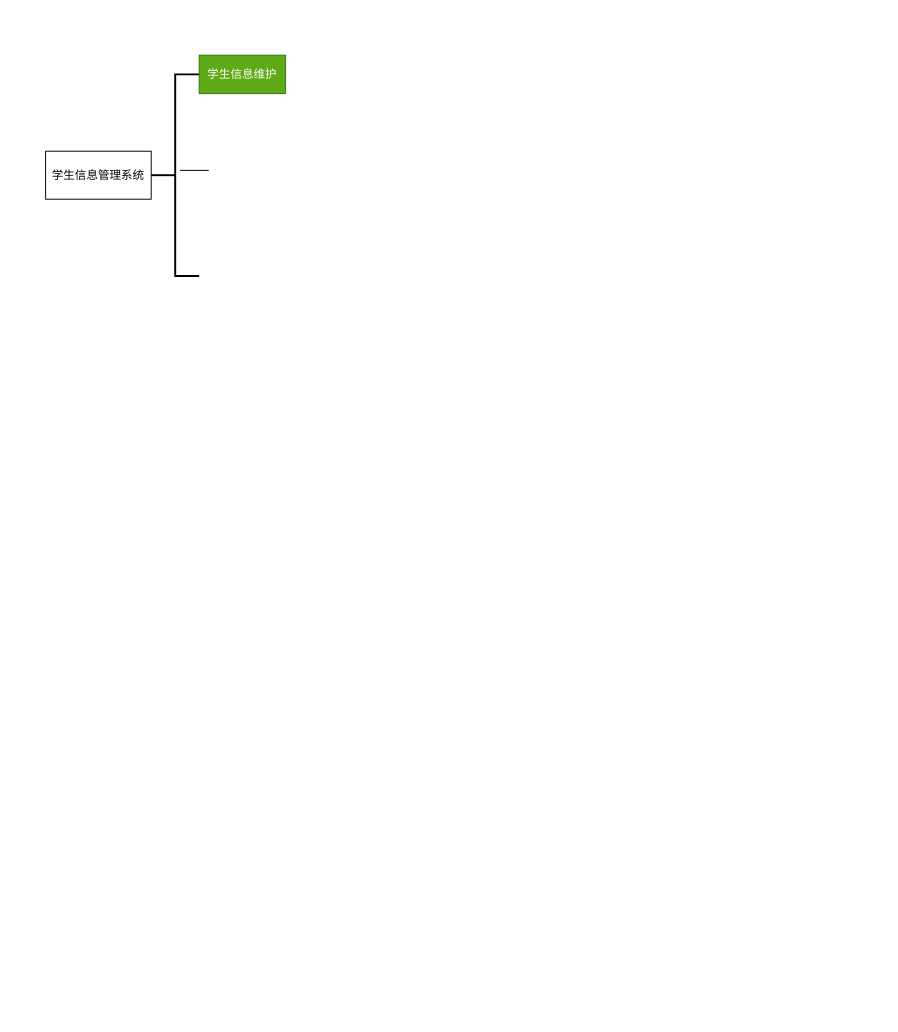
Above: students_system/students_功能结构前景.drawio in Coca-hjy/base_python (draw.io), before the change. Source tidied: cells renumbered, new cells numbered last; positions are measured from the earlier drawing's top-left corner, leaving out a move shared by most shapes. Both pictures are drawn from the tidied source at 96%, with x=0, y=0 at pixel (45, 55).
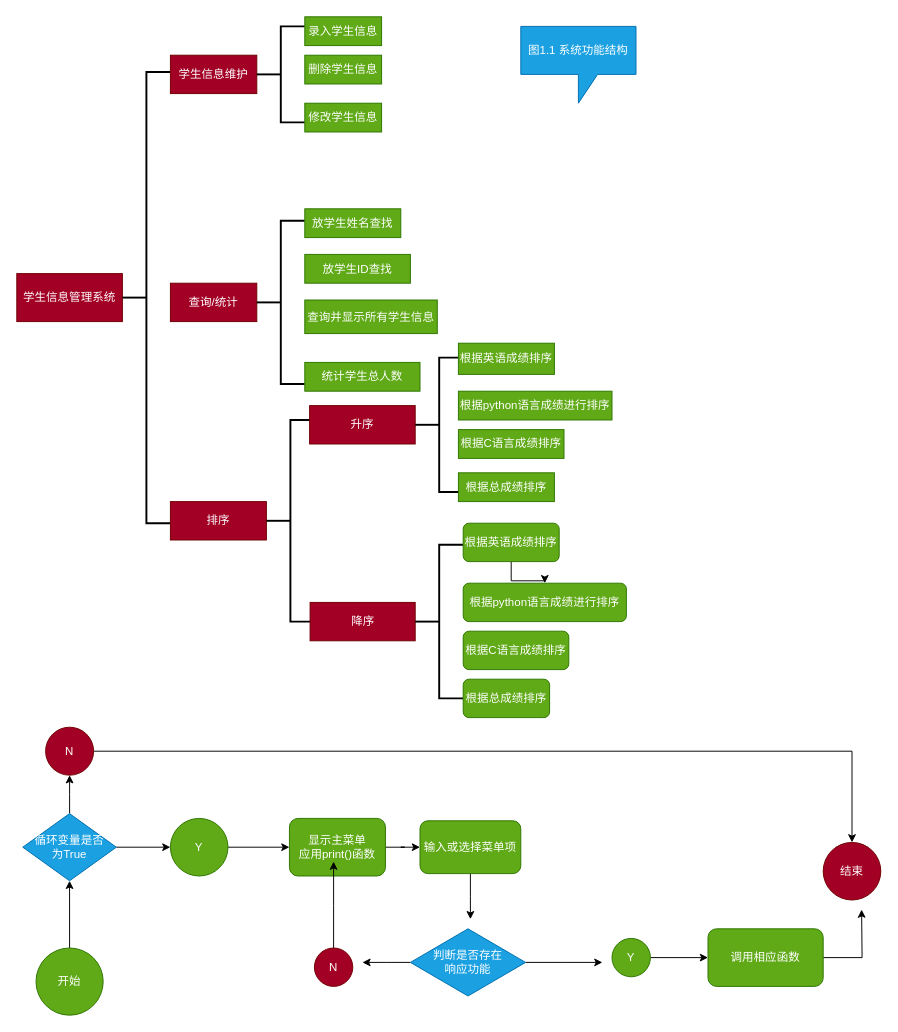
After the change.

Change to the diagram source:
```diff
@@
-    <mxCell id="2" value="学生信息管理系统" style="rounded=0;whiteSpace=wrap;html=1;" parent="1" vertex="1">
-      <mxGeometry y="100" width="110" height="50" as="geometry" />
+    <mxCell id="2" value="学生信息管理系统" style="rounded=0;whiteSpace=wrap;html=1;fillColor=#a20025;strokeColor=#6F0000;fontColor=#ffffff;" parent="1" vertex="1">
+      <mxGeometry x="-30" y="227.5" width="110" height="50" as="geometry" />
     </mxCell>
     <mxCell id="3" style="strokeWidth=2;html=1;shape=mxgraph.flowchart.annotation_2;align=left;labelPosition=right;" parent="1" vertex="1">
-      <mxGeometry x="110" y="20" width="50" height="210" as="geometry" />
+      <mxGeometry x="80" y="17.5" width="50" height="470" as="geometry" />
     </mxCell>
-    <mxCell id="4" value="学生信息维护" style="rounded=0;whiteSpace=wrap;html=1;fillColor=#60a917;strokeColor=#2D7600;fontColor=#ffffff;" parent="1" vertex="1">
-      <mxGeometry x="160" width="90" height="40" as="geometry" />
+    <mxCell id="4" value="学生信息维护" style="rounded=0;whiteSpace=wrap;html=1;fillColor=#a20025;strokeColor=#6F0000;fontColor=#ffffff;" parent="1" vertex="1">
+      <mxGeometry x="130" width="90" height="40" as="geometry" />
     </mxCell>
-    <mxCell id="5" style="endArrow=none;html=1;rounded=0;" parent="1" edge="1">
-      <mxGeometry relative="1" as="geometry">
-        <mxPoint x="140" y="120" as="sourcePoint" />
-        <mxPoint x="170" y="120" as="targetPoint" />
-      </mxGeometry>
-    </mxCell>
+    <mxCell id="6" style="strokeWidth=2;html=1;shape=mxgraph.flowchart.annotation_2;align=left;labelPosition=right;" parent="1" vertex="1">
+      <mxGeometry x="220" y="-30" width="50" height="100" as="geometry" />
+    </mxCell>
+    <mxCell id="7" value="录入学生信息" style="rounded=0;whiteSpace=wrap;html=1;fillColor=#60a917;strokeColor=#2D7600;fontColor=#ffffff;" parent="1" vertex="1">
+      <mxGeometry x="270" y="-40" width="80" height="30" as="geometry" />
+    </mxCell>
+    <mxCell id="8" value="删除学生信息" style="rounded=0;whiteSpace=wrap;html=1;fillColor=#60a917;strokeColor=#2D7600;fontColor=#ffffff;" parent="1" vertex="1">
+      <mxGeometry x="270" width="80" height="30" as="geometry" />
+    </mxCell>
+    <mxCell id="9" value="修改学生信息" style="rounded=0;whiteSpace=wrap;html=1;fillColor=#60a917;strokeColor=#2D7600;fontColor=#ffffff;" parent="1" vertex="1">
+      <mxGeometry x="270" y="50" width="80" height="30" as="geometry" />
+    </mxCell>
+    <mxCell id="10" value="查询/统计" style="rounded=0;whiteSpace=wrap;html=1;fillColor=#a20025;strokeColor=#6F0000;fontColor=#ffffff;" parent="1" vertex="1">
+      <mxGeometry x="130" y="237.5" width="90" height="40" as="geometry" />
+    </mxCell>
+    <mxCell id="11" value="排序" style="rounded=0;whiteSpace=wrap;html=1;fillColor=#a20025;strokeColor=#6F0000;fontColor=#ffffff;" parent="1" vertex="1">
+      <mxGeometry x="130" y="465" width="100" height="40" as="geometry" />
+    </mxCell>
+    <mxCell id="12" style="strokeWidth=2;html=1;shape=mxgraph.flowchart.annotation_2;align=left;labelPosition=right;" parent="1" vertex="1">
+      <mxGeometry x="220" y="172.5" width="50" height="170" as="geometry" />
+    </mxCell>
+    <mxCell id="13" value="放学生姓名查找" style="rounded=0;whiteSpace=wrap;html=1;fillColor=#60a917;strokeColor=#2D7600;fontColor=#ffffff;" parent="1" vertex="1">
+      <mxGeometry x="270" y="160" width="100" height="30" as="geometry" />
+    </mxCell>
+    <mxCell id="14" value="放学生ID查找" style="rounded=0;whiteSpace=wrap;html=1;fillColor=#60a917;strokeColor=#2D7600;fontColor=#ffffff;" parent="1" vertex="1">
+      <mxGeometry x="270" y="207.5" width="110" height="30" as="geometry" />
+    </mxCell>
+    <mxCell id="15" value="查询并显示所有学生信息" style="rounded=0;whiteSpace=wrap;html=1;fillColor=#60a917;strokeColor=#2D7600;fontColor=#ffffff;" parent="1" vertex="1">
+      <mxGeometry x="270" y="255" width="138" height="35" as="geometry" />
+    </mxCell>
+    <mxCell id="16" value="统计学生总人数" style="rounded=0;whiteSpace=wrap;html=1;fillColor=#60a917;strokeColor=#2D7600;fontColor=#ffffff;" parent="1" vertex="1">
+      <mxGeometry x="270" y="320" width="120" height="30" as="geometry" />
+    </mxCell>
+    <mxCell id="17" style="strokeWidth=2;html=1;shape=mxgraph.flowchart.annotation_2;align=left;labelPosition=right;" parent="1" vertex="1">
+      <mxGeometry x="230" y="380" width="50" height="210" as="geometry" />
+    </mxCell>
+    <mxCell id="18" value="升序" style="rounded=0;whiteSpace=wrap;html=1;fillColor=#a20025;strokeColor=#6F0000;fontColor=#ffffff;" parent="1" vertex="1">
+      <mxGeometry x="275" y="365" width="110" height="40" as="geometry" />
+    </mxCell>
+    <mxCell id="19" value="降序" style="rounded=0;whiteSpace=wrap;html=1;fillColor=#a20025;strokeColor=#6F0000;fontColor=#ffffff;" parent="1" vertex="1">
+      <mxGeometry x="275.5" y="570" width="109.5" height="40" as="geometry" />
+    </mxCell>
+    <mxCell id="20" style="strokeWidth=2;html=1;shape=mxgraph.flowchart.annotation_2;align=left;labelPosition=right;" parent="1" vertex="1">
+      <mxGeometry x="385" y="315" width="50" height="140" as="geometry" />
+    </mxCell>
+    <mxCell id="21" value="根据英语成绩排序" style="rounded=0;whiteSpace=wrap;html=1;fillColor=#60a917;strokeColor=#2D7600;fontColor=#ffffff;" parent="1" vertex="1">
+      <mxGeometry x="430" y="300" width="100" height="32.5" as="geometry" />
+    </mxCell>
+    <mxCell id="22" value="根据python语言成绩进行排序" style="rounded=0;whiteSpace=wrap;html=1;fillColor=#60a917;strokeColor=#2D7600;fontColor=#ffffff;" parent="1" vertex="1">
+      <mxGeometry x="430" y="350" width="160" height="30" as="geometry" />
+    </mxCell>
+    <mxCell id="23" value="根据C语言成绩排序" style="rounded=0;whiteSpace=wrap;html=1;fillColor=#60a917;strokeColor=#2D7600;fontColor=#ffffff;" parent="1" vertex="1">
+      <mxGeometry x="430" y="390" width="110" height="30" as="geometry" />
+    </mxCell>
+    <mxCell id="24" value="根据总成绩排序" style="rounded=0;whiteSpace=wrap;html=1;fillColor=#60a917;strokeColor=#2D7600;fontColor=#ffffff;" parent="1" vertex="1">
+      <mxGeometry x="430" y="435" width="100" height="30" as="geometry" />
+    </mxCell>
+    <mxCell id="25" style="strokeWidth=2;html=1;shape=mxgraph.flowchart.annotation_2;align=left;labelPosition=right;" parent="1" vertex="1">
+      <mxGeometry x="385" y="510" width="50" height="160" as="geometry" />
+    </mxCell>
+    <mxCell id="26" style="edgeStyle=orthogonalEdgeStyle;rounded=0;jettySize=auto;html=1;" parent="1" edge="1" source="27" target="28">
+      <mxGeometry relative="1" as="geometry" />
+    </mxCell>
+    <mxCell id="27" value="&lt;span&gt;根据英语成绩排序&lt;/span&gt;" style="rounded=1;whiteSpace=wrap;html=1;fillColor=#60a917;strokeColor=#2D7600;fontColor=#ffffff;" parent="1" vertex="1">
+      <mxGeometry x="435" y="487.5" width="100" height="40" as="geometry" />
+    </mxCell>
+    <mxCell id="28" value="&lt;span&gt;根据python语言成绩进行排序&lt;/span&gt;" style="rounded=1;whiteSpace=wrap;html=1;fillColor=#60a917;strokeColor=#2D7600;fontColor=#ffffff;" parent="1" vertex="1">
+      <mxGeometry x="435" y="550" width="170" height="40" as="geometry" />
+    </mxCell>
+    <mxCell id="29" value="根据C语言成绩排序" style="rounded=1;whiteSpace=wrap;html=1;fillColor=#60a917;strokeColor=#2D7600;fontColor=#ffffff;" parent="1" vertex="1">
+      <mxGeometry x="435" y="600" width="110" height="40" as="geometry" />
+    </mxCell>
+    <mxCell id="30" value="&lt;span&gt;根据总成绩排序&lt;/span&gt;" style="rounded=1;whiteSpace=wrap;html=1;fillColor=#60a917;strokeColor=#2D7600;fontColor=#ffffff;" parent="1" vertex="1">
+      <mxGeometry x="435" y="650" width="90" height="40" as="geometry" />
+    </mxCell>
+    <mxCell id="31" value="图1.1 系统功能结构" style="shape=callout;whiteSpace=wrap;html=1;perimeter=calloutPerimeter;fillColor=#1ba1e2;strokeColor=#006EAF;fontColor=#ffffff;" parent="1" vertex="1">
+      <mxGeometry x="495" y="-30" width="120" height="80" as="geometry" />
+    </mxCell>
+    <mxCell id="32" style="edgeStyle=orthogonalEdgeStyle;rounded=0;jettySize=auto;html=1;entryX=0;entryY=0.5;entryDx=0;entryDy=0;" parent="1" edge="1" source="34" target="36">
+      <mxGeometry relative="1" as="geometry" />
+    </mxCell>
+    <mxCell id="33" style="edgeStyle=orthogonalEdgeStyle;rounded=0;jettySize=auto;html=1;entryX=0.5;entryY=1;entryDx=0;entryDy=0;" parent="1" edge="1" source="34" target="54">
+      <mxGeometry relative="1" as="geometry" />
+    </mxCell>
+    <mxCell id="34" value="循环变量是否&lt;br&gt;为True" style="rhombus;whiteSpace=wrap;html=1;fillColor=#1ba1e2;strokeColor=#006EAF;fontColor=#ffffff;" parent="1" vertex="1">
+      <mxGeometry x="-23.8" y="790" width="97.5" height="70" as="geometry" />
+    </mxCell>
+    <mxCell id="35" style="edgeStyle=orthogonalEdgeStyle;rounded=0;jettySize=auto;html=1;entryX=0;entryY=0.5;entryDx=0;entryDy=0;" parent="1" edge="1" source="36" target="38">
+      <mxGeometry relative="1" as="geometry" />
+    </mxCell>
+    <mxCell id="36" value="Y" style="ellipse;whiteSpace=wrap;html=1;fillColor=#60a917;strokeColor=#2D7600;fontColor=#ffffff;" parent="1" vertex="1">
+      <mxGeometry x="130" y="795" width="60" height="60" as="geometry" />
+    </mxCell>
+    <mxCell id="37" style="edgeStyle=orthogonalEdgeStyle;rounded=0;jettySize=auto;html=1;entryX=0;entryY=0.5;entryDx=0;entryDy=0;" parent="1" edge="1" source="38" target="44">
+      <mxGeometry relative="1" as="geometry" />
+    </mxCell>
+    <mxCell id="38" value="显示主菜单&lt;br&gt;应用print()函数" style="rounded=1;whiteSpace=wrap;html=1;fillColor=#60a917;strokeColor=#2D7600;fontColor=#ffffff;" parent="1" vertex="1">
+      <mxGeometry x="254" y="795" width="100" height="60" as="geometry" />
+    </mxCell>
+    <mxCell id="39" style="edgeStyle=orthogonalEdgeStyle;rounded=0;jettySize=auto;html=1;entryX=0.5;entryY=1;entryDx=0;entryDy=0;" parent="1" edge="1" source="40" target="34">
+      <mxGeometry relative="1" as="geometry" />
+    </mxCell>
+    <mxCell id="40" value="开始" style="ellipse;whiteSpace=wrap;html=1;fillColor=#60a917;strokeColor=#2D7600;fontColor=#ffffff;" parent="1" vertex="1">
+      <mxGeometry x="-10" y="930" width="70" height="70" as="geometry" />
+    </mxCell>
+    <mxCell id="41" style="edgeStyle=orthogonalEdgeStyle;rounded=0;jettySize=auto;html=1;" parent="1" edge="1" source="42">
+      <mxGeometry relative="1" as="geometry">
+        <mxPoint x="300" y="840" as="targetPoint" />
+      </mxGeometry>
+    </mxCell>
+    <mxCell id="42" value="N" style="ellipse;whiteSpace=wrap;html=1;fillColor=#a20025;strokeColor=#6F0000;fontColor=#ffffff;" parent="1" vertex="1">
+      <mxGeometry x="280" y="930" width="40" height="40" as="geometry" />
+    </mxCell>
+    <mxCell id="43" style="edgeStyle=orthogonalEdgeStyle;rounded=0;jettySize=auto;html=1;" parent="1" edge="1" source="44">
+      <mxGeometry relative="1" as="geometry">
+        <mxPoint x="442.5" y="900" as="targetPoint" />
+      </mxGeometry>
+    </mxCell>
+    <mxCell id="44" value="输入或选择菜单项" style="rounded=1;whiteSpace=wrap;html=1;fillColor=#60a917;strokeColor=#2D7600;fontColor=#ffffff;" parent="1" vertex="1">
+      <mxGeometry x="390" y="797.5" width="105" height="55" as="geometry" />
+    </mxCell>
+    <mxCell id="45" style="edgeStyle=orthogonalEdgeStyle;rounded=0;jettySize=auto;html=1;" parent="1" edge="1" source="47">
+      <mxGeometry relative="1" as="geometry">
+        <mxPoint x="330" y="945" as="targetPoint" />
+      </mxGeometry>
+    </mxCell>
+    <mxCell id="46" style="edgeStyle=orthogonalEdgeStyle;rounded=0;jettySize=auto;html=1;" parent="1" edge="1" source="47">
+      <mxGeometry relative="1" as="geometry">
+        <mxPoint x="580" y="945" as="targetPoint" />
+      </mxGeometry>
+    </mxCell>
+    <mxCell id="47" value="判断是否存在&lt;br&gt;响应功能" style="rhombus;whiteSpace=wrap;html=1;fillColor=#1ba1e2;strokeColor=#006EAF;fontColor=#ffffff;" parent="1" vertex="1">
+      <mxGeometry x="380" y="910" width="120" height="70" as="geometry" />
+    </mxCell>
+    <mxCell id="48" style="edgeStyle=orthogonalEdgeStyle;rounded=0;jettySize=auto;html=1;entryX=0;entryY=0.5;entryDx=0;entryDy=0;" parent="1" edge="1" source="49" target="51">
+      <mxGeometry relative="1" as="geometry" />
+    </mxCell>
+    <mxCell id="49" value="Y" style="ellipse;whiteSpace=wrap;html=1;fillColor=#60a917;strokeColor=#2D7600;fontColor=#ffffff;" parent="1" vertex="1">
+      <mxGeometry x="590" y="920" width="40" height="40" as="geometry" />
+    </mxCell>
+    <mxCell id="50" style="edgeStyle=orthogonalEdgeStyle;rounded=0;jettySize=auto;html=1;" parent="1" edge="1" source="51">
+      <mxGeometry relative="1" as="geometry">
+        <mxPoint x="850" y="890" as="targetPoint" />
+      </mxGeometry>
+    </mxCell>
+    <mxCell id="51" value="调用相应函数" style="rounded=1;whiteSpace=wrap;html=1;fillColor=#60a917;strokeColor=#2D7600;fontColor=#ffffff;" parent="1" vertex="1">
+      <mxGeometry x="690" y="910" width="120" height="60" as="geometry" />
+    </mxCell>
+    <mxCell id="52" value="结束" style="ellipse;whiteSpace=wrap;html=1;fillColor=#a20025;strokeColor=#6F0000;fontColor=#ffffff;" parent="1" vertex="1">
+      <mxGeometry x="810" y="820" width="60" height="60" as="geometry" />
+    </mxCell>
+    <mxCell id="53" style="edgeStyle=orthogonalEdgeStyle;rounded=0;jettySize=auto;html=1;entryX=0.5;entryY=0;entryDx=0;entryDy=0;" parent="1" edge="1" source="54" target="52">
+      <mxGeometry relative="1" as="geometry" />
+    </mxCell>
+    <mxCell id="54" value="N" style="ellipse;whiteSpace=wrap;html=1;fillColor=#a20025;strokeColor=#6F0000;fontColor=#ffffff;" parent="1" vertex="1">
+      <mxGeometry y="700" width="50" height="50" as="geometry" />
+    </mxCell>
```
